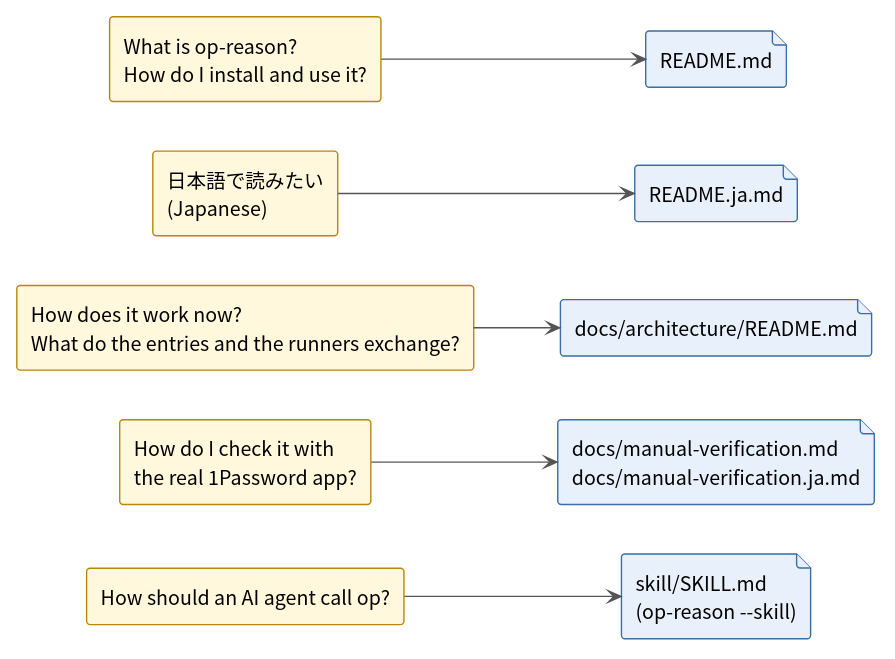
This is docs/plantuml/out/01_map.svg from pollenjp/op-reason, a PlantUML export, as it was before one commit.
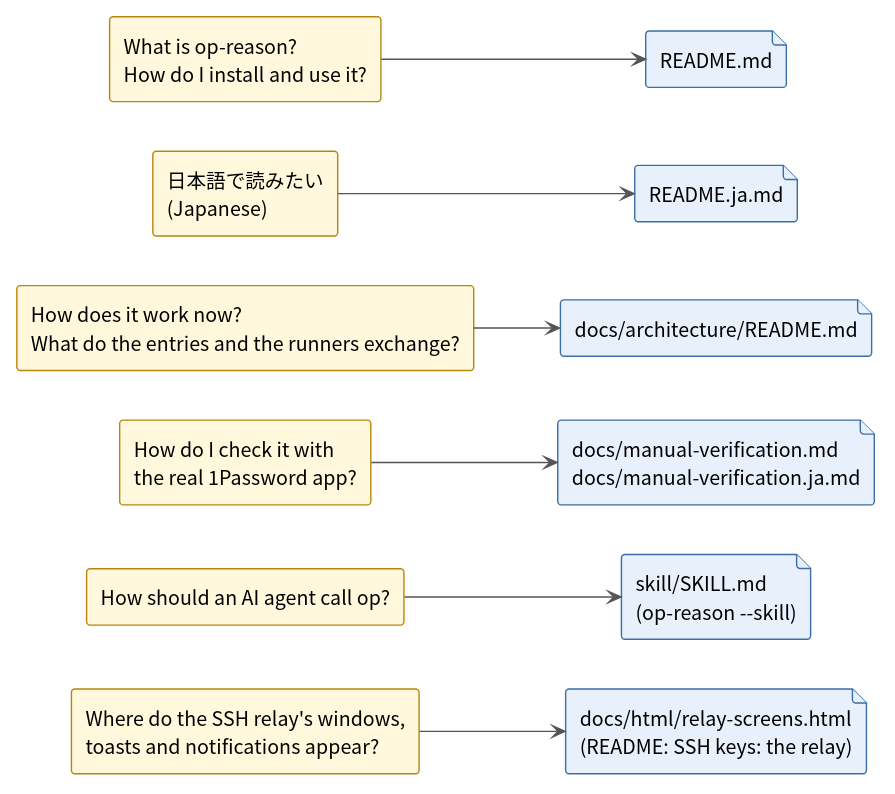
After the change.

Commit message:
docs: the toasts, the screen of the windows and the notifications

Diff of the diagram source:
```diff
@@ -12,18 +12,21 @@
   BorderColor #3A6EA5
 }
 
+rectangle "Where do the SSH relay's windows,\ntoasts and notifications appear?" as Q6
 rectangle "How should an AI agent call op?" as Q4
 rectangle "How do I check it with\nthe real 1Password app?" as Q3
 rectangle "How does it work now?\nWhat do the entries and the runners exchange?" as Q2
 rectangle "日本語で読みたい\n(Japanese)" as Q5
 rectangle "What is op-reason?\nHow do I install and use it?" as Q1
 
+file "docs/html/relay-screens.html\n(README: SSH keys: the relay)" as P6
 file "skill/SKILL.md\n(op-reason --skill)" as P4
 file "docs/manual-verification.md\ndocs/manual-verification.ja.md" as P3
 file "docs/architecture/README.md" as P2
 file "README.ja.md" as P5
 file "README.md" as P1
 
+Q6 --> P6
 Q4 --> P4
 Q3 --> P3
 Q2 --> P2
```
